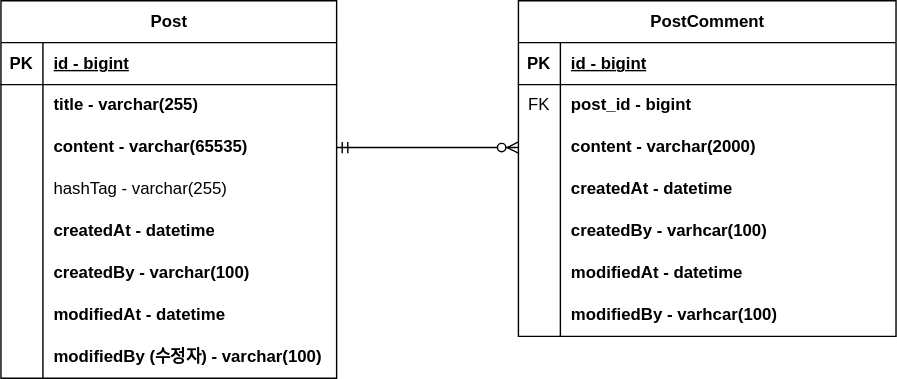
Above: document/project-forum-erd.svg in smileLoopy/eunah-project-forum (draw.io), before the change. Source tidied: cells renumbered, new cells last; positions are measured from the earlier drawing's top-left corner, leaving out a move shared by most shapes.
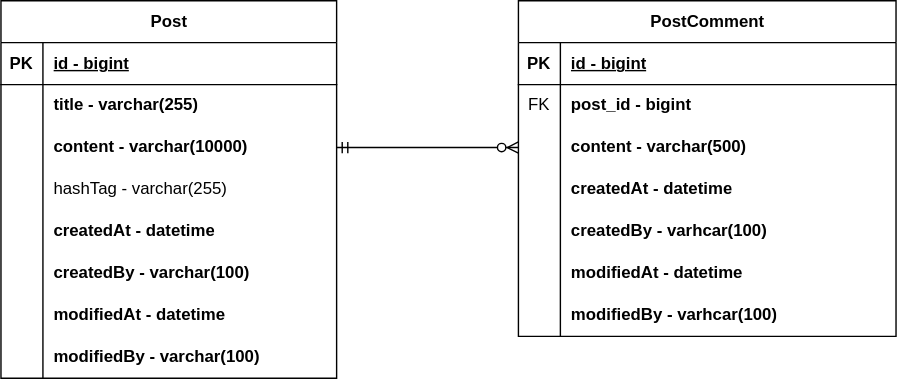
Later version of the same file.

Commit message:
#10- ERD update: change content size

What changed in the source:
```diff
@@ -29,7 +29,7 @@
     <mxCell id="10" style="shape=partialRectangle;fillColor=none;top=0;left=0;bottom=0;right=0;overflow=hidden;whiteSpace=wrap;html=1;" parent="9" vertex="1">
       <mxGeometry width="30" height="30" as="geometry" />
     </mxCell>
-    <mxCell id="11" value="content - varchar(65535)" style="shape=partialRectangle;fillColor=none;top=0;left=0;bottom=0;right=0;align=left;spacingLeft=6;overflow=hidden;whiteSpace=wrap;html=1;fontStyle=1;" parent="9" vertex="1">
+    <mxCell id="11" value="content - varchar(10000)" style="shape=partialRectangle;fillColor=none;top=0;left=0;bottom=0;right=0;align=left;spacingLeft=6;overflow=hidden;whiteSpace=wrap;html=1;fontStyle=1;" parent="9" vertex="1">
       <mxGeometry x="30" width="210" height="30" as="geometry" />
     </mxCell>
     <mxCell id="12" style="shape=tableRow;horizontal=0;startSize=0;swimlaneHead=0;swimlaneBody=0;fillColor=none;top=0;left=0;right=0;bottom=0;" parent="2" vertex="1">
@@ -74,7 +74,7 @@
     <mxCell id="25" style="shape=partialRectangle;fillColor=none;top=0;left=0;bottom=0;right=0;overflow=hidden;whiteSpace=wrap;html=1;" parent="24" vertex="1">
       <mxGeometry width="30" height="30" as="geometry" />
     </mxCell>
-    <mxCell id="26" value="modifiedBy (수정자) - varchar(100)" style="shape=partialRectangle;fillColor=none;top=0;left=0;bottom=0;right=0;align=left;spacingLeft=6;overflow=hidden;whiteSpace=wrap;html=1;fontStyle=1;" parent="24" vertex="1">
+    <mxCell id="26" value="modifiedBy - varchar(100)" style="shape=partialRectangle;fillColor=none;top=0;left=0;bottom=0;right=0;align=left;spacingLeft=6;overflow=hidden;whiteSpace=wrap;html=1;fontStyle=1;" parent="24" vertex="1">
       <mxGeometry x="30" width="210" height="30" as="geometry" />
     </mxCell>
     <mxCell id="27" value="PostComment" style="shape=table;startSize=30;rowLines=0;fontStyle=1;align=center;html=1;" parent="1" vertex="1">
@@ -104,7 +104,7 @@
     <mxCell id="35" style="shape=partialRectangle;fillColor=none;top=0;left=0;bottom=0;right=0;overflow=hidden;whiteSpace=wrap;html=1;" parent="34" vertex="1">
       <mxGeometry width="30" height="30" as="geometry" />
     </mxCell>
-    <mxCell id="36" value="content - varchar(2000)" style="shape=partialRectangle;fillColor=none;top=0;left=0;bottom=0;right=0;align=left;spacingLeft=6;overflow=hidden;whiteSpace=wrap;html=1;fontStyle=1;" parent="34" vertex="1">
+    <mxCell id="36" value="content - varchar(500)" style="shape=partialRectangle;fillColor=none;top=0;left=0;bottom=0;right=0;align=left;spacingLeft=6;overflow=hidden;whiteSpace=wrap;html=1;fontStyle=1;" parent="34" vertex="1">
       <mxGeometry x="30" width="240" height="30" as="geometry" />
     </mxCell>
     <mxCell id="37" style="shape=tableRow;horizontal=0;startSize=0;swimlaneHead=0;swimlaneBody=0;fillColor=none;top=0;left=0;right=0;bottom=0;" parent="27" vertex="1">
```
